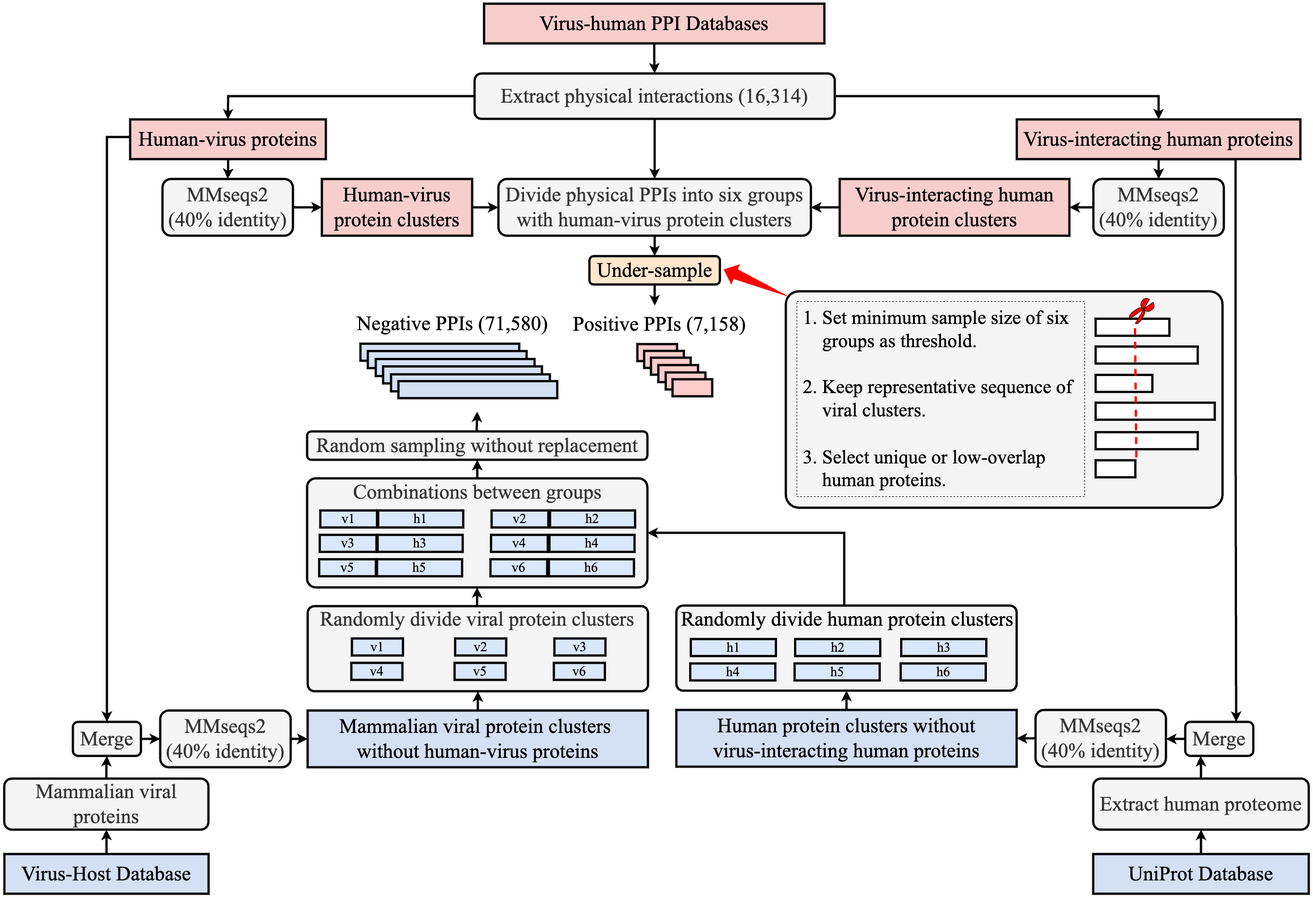
Before: FigForPaper/Fig1B.png, a diagram exported from draw.io (ZyuanZhang/vhPPIpred). Source tidied: cells renumbered, new cells last; positions are measured from the earlier drawing's top-left corner, leaving out a move shared by most shapes.
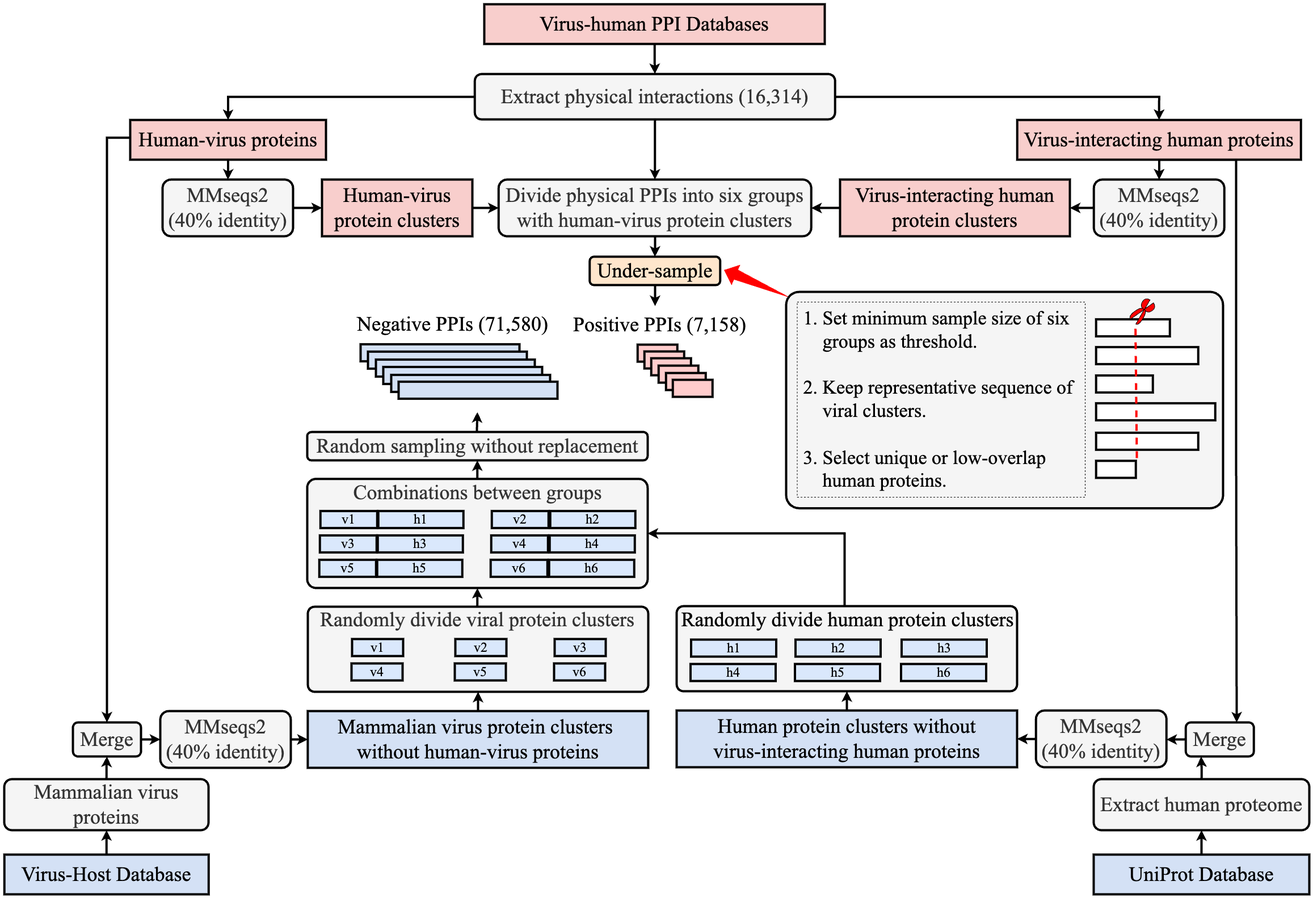
Later version of the same file.

What changed in the source:
```diff
@@ -32,7 +32,7 @@
     <mxCell id="11" style="edgeStyle=orthogonalEdgeStyle;rounded=0;jettySize=auto;html=1;entryX=0.5;entryY=1;entryDx=0;entryDy=0;strokeWidth=4;" parent="1" edge="1" source="12" target="67">
       <mxGeometry relative="1" as="geometry" />
     </mxCell>
-    <mxCell id="12" value="&lt;font style=&quot;font-size: 36px;&quot; face=&quot;Times New Roman&quot;&gt;Mammalian viral proteins&lt;/font&gt;" style="rounded=1;whiteSpace=wrap;html=1;strokeWidth=4;fillColor=#f5f5f5;fontColor=#333333;strokeColor=#000000;" parent="1" vertex="1">
+    <mxCell id="12" value="&lt;font style=&quot;font-size: 36px;&quot; face=&quot;Times New Roman&quot;&gt;Mammalian virus proteins&lt;/font&gt;" style="rounded=1;whiteSpace=wrap;html=1;strokeWidth=4;fillColor=#f5f5f5;fontColor=#333333;strokeColor=#000000;" parent="1" vertex="1">
       <mxGeometry y="1366" width="360" height="90" as="geometry" />
     </mxCell>
     <mxCell id="13" style="edgeStyle=orthogonalEdgeStyle;rounded=0;jettySize=auto;html=1;entryX=0.5;entryY=1;entryDx=0;entryDy=0;strokeWidth=4;" parent="1" edge="1" source="15" target="17">
@@ -83,7 +83,7 @@
     <mxCell id="24" style="edgeStyle=orthogonalEdgeStyle;rounded=0;jettySize=auto;html=1;entryX=0.5;entryY=1;entryDx=0;entryDy=0;strokeWidth=4;" parent="1" edge="1" source="25" target="73">
       <mxGeometry relative="1" as="geometry" />
     </mxCell>
-    <mxCell id="25" value="&lt;font style=&quot;font-size: 36px;&quot; face=&quot;Times New Roman&quot;&gt;Mammalian viral protein clusters&amp;nbsp;&lt;/font&gt;&lt;div&gt;&lt;span style=&quot;font-size: 36px; font-family: &amp;quot;Times New Roman&amp;quot;; background-color: initial;&quot;&gt;without human-virus proteins&lt;/span&gt;&lt;/div&gt;" style="rounded=0;whiteSpace=wrap;html=1;strokeWidth=4;fillColor=#D4E1F5;" parent="1" vertex="1">
+    <mxCell id="25" value="&lt;font style=&quot;font-size: 36px;&quot; face=&quot;Times New Roman&quot;&gt;Mammalian virus protein clusters&amp;nbsp;&lt;/font&gt;&lt;div&gt;&lt;span style=&quot;font-size: 36px; font-family: &amp;quot;Times New Roman&amp;quot;; background-color: initial;&quot;&gt;without human-virus proteins&lt;/span&gt;&lt;/div&gt;" style="rounded=0;whiteSpace=wrap;html=1;strokeWidth=4;fillColor=#D4E1F5;" parent="1" vertex="1">
       <mxGeometry x="534.9" y="1246" width="600" height="100" as="geometry" />
     </mxCell>
     <mxCell id="26" style="edgeStyle=orthogonalEdgeStyle;rounded=0;jettySize=auto;html=1;entryX=0.5;entryY=1;entryDx=0;entryDy=0;strokeWidth=4;" parent="1" edge="1" source="27" target="74">
```
